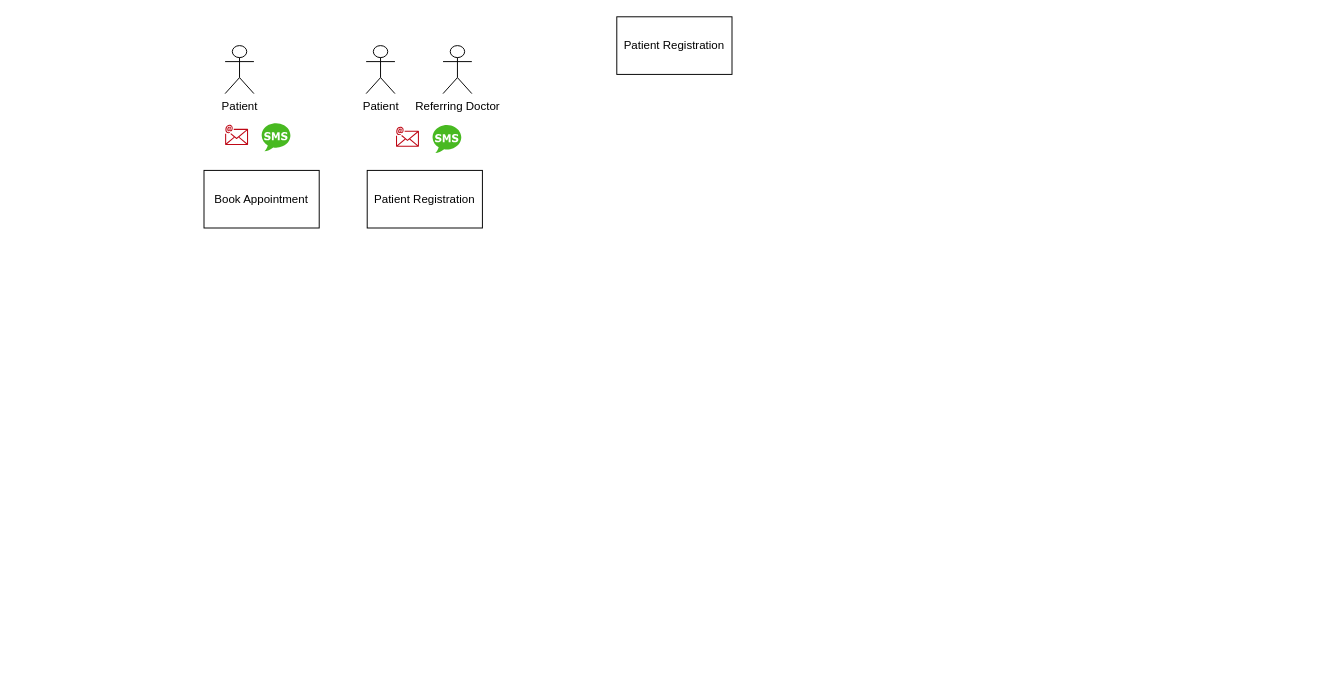
The draw.io diagram Untitled Diagram.drawio in saurabhsri74/ticketing, before the edit. Source tidied: cells renumbered, new cells numbered last; positions are measured from the earlier drawing's top-left corner, leaving out a move shared by most shapes. Both pictures are drawn from the tidied source at 96%, with x=0, y=0 at pixel (204, 16).
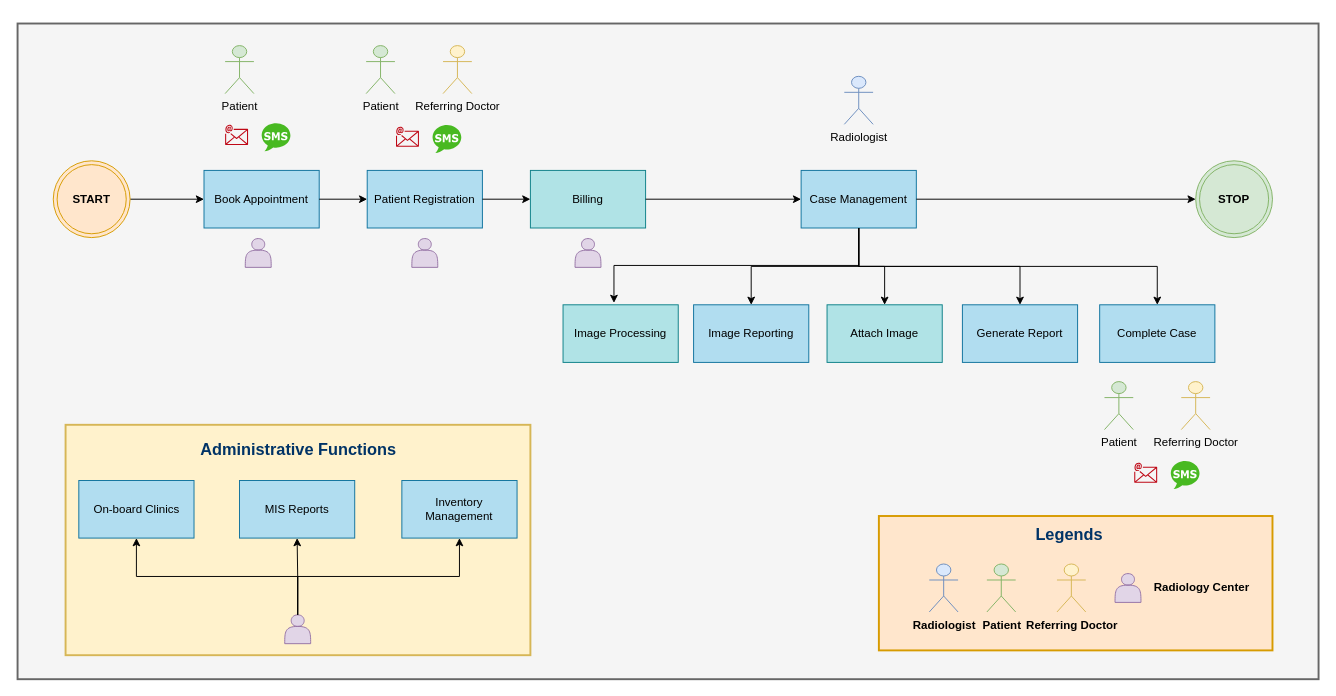
The same diagram, later.

Change to the diagram source:
```diff
@@
+    <mxCell id="12" style="rounded=0;whiteSpace=wrap;html=1;fillColor=#f5f5f5;strokeWidth=2;strokeColor=#666666;fontColor=#333333;" parent="1" vertex="1">
+      <mxGeometry x="-194.2" y="7" width="1355.2" height="683" as="geometry" />
+    </mxCell>
-    <mxCell id="2" value="Book Appointment" style="rounded=0;whiteSpace=wrap;html=1;" parent="1" vertex="1">
+    <mxCell id="2" value="Book Appointment" style="rounded=0;whiteSpace=wrap;html=1;fillColor=#b1ddf0;strokeColor=#10739e;" parent="1" vertex="1">
       <mxGeometry y="160" width="120" height="60" as="geometry" />
     </mxCell>
-    <mxCell id="3" value="Patient" style="shape=umlActor;verticalLabelPosition=bottom;verticalAlign=top;html=1;" parent="1" vertex="1">
-      <mxGeometry x="22" y="30" width="30" height="50" as="geometry" />
-    </mxCell>
-    <mxCell id="4" value="Patient Registration" style="rounded=0;whiteSpace=wrap;html=1;" parent="1" vertex="1">
-      <mxGeometry x="170" y="160" width="120" height="60" as="geometry" />
-    </mxCell>
-    <mxCell id="5" value="Patient Registration" style="rounded=0;whiteSpace=wrap;html=1;" parent="1" vertex="1">
-      <mxGeometry x="430" width="120" height="60" as="geometry" />
-    </mxCell>
-    <mxCell id="6" style="sketch=0;fontColor=#232F3E;gradientColor=none;fillColor=#BF0816;strokeColor=none;dashed=0;verticalLabelPosition=bottom;verticalAlign=top;align=center;html=1;fontSize=12;fontStyle=0;shape=mxgraph.aws4.email;" parent="1" vertex="1">
-      <mxGeometry x="22" y="108" width="23.9" height="30" as="geometry" />
-    </mxCell>
-    <mxCell id="7" style="dashed=0;html=1;align=center;labelPosition=center;verticalLabelPosition=bottom;verticalAlign=top;shape=mxgraph.weblogos.sms;fillColor=#48B921;strokeColor=none;" parent="1" vertex="1">
-      <mxGeometry x="60" y="110" width="30" height="30" as="geometry" />
-    </mxCell>
-    <mxCell id="8" value="Referring Doctor" style="shape=umlActor;verticalLabelPosition=bottom;verticalAlign=top;html=1;" parent="1" vertex="1">
-      <mxGeometry x="249" y="30" width="30" height="50" as="geometry" />
-    </mxCell>
-    <mxCell id="9" style="sketch=0;fontColor=#232F3E;gradientColor=none;fillColor=#BF0816;strokeColor=none;dashed=0;verticalLabelPosition=bottom;verticalAlign=top;align=center;html=1;fontSize=12;fontStyle=0;shape=mxgraph.aws4.email;" parent="1" vertex="1">
-      <mxGeometry x="200" y="110" width="23.9" height="30" as="geometry" />
-    </mxCell>
-    <mxCell id="10" style="dashed=0;html=1;align=center;labelPosition=center;verticalLabelPosition=bottom;verticalAlign=top;shape=mxgraph.weblogos.sms;fillColor=#48B921;strokeColor=none;" parent="1" vertex="1">
-      <mxGeometry x="238" y="112" width="30" height="30" as="geometry" />
-    </mxCell>
-    <mxCell id="11" value="Patient" style="shape=umlActor;verticalLabelPosition=bottom;verticalAlign=top;html=1;" parent="1" vertex="1">
-      <mxGeometry x="168.9" y="30" width="30" height="50" as="geometry" />
-    </mxCell>
+    <mxCell id="13" value="Patient" style="shape=umlActor;verticalLabelPosition=bottom;verticalAlign=top;html=1;fillColor=#d5e8d4;strokeColor=#82b366;" parent="1" vertex="1">
+      <mxGeometry x="22" y="30" width="30" height="50" as="geometry" />
+    </mxCell>
+    <mxCell id="14" value="Patient Registration" style="rounded=0;whiteSpace=wrap;html=1;fillColor=#b1ddf0;strokeColor=#10739e;" parent="1" vertex="1">
+      <mxGeometry x="170" y="160" width="120" height="60" as="geometry" />
+    </mxCell>
+    <mxCell id="15" value="Billing" style="rounded=0;whiteSpace=wrap;html=1;fillColor=#b0e3e6;strokeColor=#0e8088;" parent="1" vertex="1">
+      <mxGeometry x="340" y="160" width="120" height="60" as="geometry" />
+    </mxCell>
+    <mxCell id="16" style="sketch=0;fontColor=#232F3E;gradientColor=none;fillColor=#BF0816;strokeColor=none;dashed=0;verticalLabelPosition=bottom;verticalAlign=top;align=center;html=1;fontSize=12;fontStyle=0;shape=mxgraph.aws4.email;" parent="1" vertex="1">
+      <mxGeometry x="22" y="108" width="23.9" height="30" as="geometry" />
+    </mxCell>
+    <mxCell id="17" style="dashed=0;html=1;align=center;labelPosition=center;verticalLabelPosition=bottom;verticalAlign=top;shape=mxgraph.weblogos.sms;fillColor=#48B921;strokeColor=none;" parent="1" vertex="1">
+      <mxGeometry x="60" y="110" width="30" height="30" as="geometry" />
+    </mxCell>
+    <mxCell id="18" value="Referring Doctor" style="shape=umlActor;verticalLabelPosition=bottom;verticalAlign=top;html=1;fillColor=#fff2cc;strokeColor=#d6b656;" parent="1" vertex="1">
+      <mxGeometry x="249" y="30" width="30" height="50" as="geometry" />
+    </mxCell>
+    <mxCell id="19" style="sketch=0;fontColor=#232F3E;gradientColor=none;fillColor=#BF0816;strokeColor=none;dashed=0;verticalLabelPosition=bottom;verticalAlign=top;align=center;html=1;fontSize=12;fontStyle=0;shape=mxgraph.aws4.email;" parent="1" vertex="1">
+      <mxGeometry x="200" y="110" width="23.9" height="30" as="geometry" />
+    </mxCell>
+    <mxCell id="20" style="dashed=0;html=1;align=center;labelPosition=center;verticalLabelPosition=bottom;verticalAlign=top;shape=mxgraph.weblogos.sms;fillColor=#48B921;strokeColor=none;" parent="1" vertex="1">
+      <mxGeometry x="238" y="112" width="30" height="30" as="geometry" />
+    </mxCell>
+    <mxCell id="21" value="Patient" style="shape=umlActor;verticalLabelPosition=bottom;verticalAlign=top;html=1;fillColor=#d5e8d4;strokeColor=#82b366;" parent="1" vertex="1">
+      <mxGeometry x="168.9" y="30" width="30" height="50" as="geometry" />
+    </mxCell>
+    <mxCell id="22" value="Case Management" style="rounded=0;whiteSpace=wrap;html=1;fillColor=#b1ddf0;strokeColor=#10739e;" parent="1" vertex="1">
+      <mxGeometry x="622" y="160" width="120" height="60" as="geometry" />
+    </mxCell>
+    <mxCell id="23" value="Image Processing" style="rounded=0;whiteSpace=wrap;html=1;fillColor=#b0e3e6;strokeColor=#0e8088;" parent="1" vertex="1">
+      <mxGeometry x="374" y="300" width="120" height="60" as="geometry" />
+    </mxCell>
+    <mxCell id="24" style="edgeStyle=segmentEdgeStyle;endArrow=classic;html=1;rounded=0;exitX=1;exitY=0.5;exitDx=0;exitDy=0;entryX=0;entryY=0.5;entryDx=0;entryDy=0;" parent="1" edge="1" source="2" target="14">
+      <mxGeometry relative="1" as="geometry" />
+    </mxCell>
+    <mxCell id="25" style="edgeStyle=segmentEdgeStyle;endArrow=classic;html=1;rounded=0;exitX=1;exitY=0.5;exitDx=0;exitDy=0;entryX=0;entryY=0.5;entryDx=0;entryDy=0;" parent="1" edge="1" source="14" target="15">
+      <mxGeometry relative="1" as="geometry" />
+    </mxCell>
+    <mxCell id="26" style="edgeStyle=segmentEdgeStyle;endArrow=classic;html=1;rounded=0;exitX=1;exitY=0.5;exitDx=0;exitDy=0;entryX=0;entryY=0.5;entryDx=0;entryDy=0;" parent="1" edge="1" source="15" target="22">
+      <mxGeometry relative="1" as="geometry" />
+    </mxCell>
+    <mxCell id="27" value="Image Reporting" style="rounded=0;whiteSpace=wrap;html=1;fillColor=#b1ddf0;strokeColor=#10739e;" parent="1" vertex="1">
+      <mxGeometry x="510" y="300" width="120" height="60" as="geometry" />
+    </mxCell>
+    <mxCell id="28" value="Attach Image" style="rounded=0;whiteSpace=wrap;html=1;fillColor=#b0e3e6;strokeColor=#0e8088;" parent="1" vertex="1">
+      <mxGeometry x="649" y="300" width="120" height="60" as="geometry" />
+    </mxCell>
+    <mxCell id="29" style="edgeStyle=elbowEdgeStyle;elbow=vertical;endArrow=classic;html=1;rounded=0;entryX=0.5;entryY=0;entryDx=0;entryDy=0;exitX=0.5;exitY=1;exitDx=0;exitDy=0;" parent="1" edge="1" source="22" target="28">
+      <mxGeometry relative="1" as="geometry" />
+    </mxCell>
+    <mxCell id="30" style="edgeStyle=elbowEdgeStyle;elbow=vertical;endArrow=classic;html=1;rounded=0;entryX=0.442;entryY=-0.033;entryDx=0;entryDy=0;entryPerimeter=0;exitX=0.5;exitY=1;exitDx=0;exitDy=0;" parent="1" edge="1" source="22" target="23">
+      <mxGeometry relative="1" as="geometry" />
+    </mxCell>
+    <mxCell id="31" value="Generate Report" style="rounded=0;whiteSpace=wrap;html=1;fillColor=#b1ddf0;strokeColor=#10739e;" parent="1" vertex="1">
+      <mxGeometry x="790" y="300" width="120" height="60" as="geometry" />
+    </mxCell>
+    <mxCell id="32" style="edgeStyle=elbowEdgeStyle;elbow=vertical;endArrow=classic;html=1;rounded=0;entryX=0.5;entryY=0;entryDx=0;entryDy=0;exitX=0.5;exitY=1;exitDx=0;exitDy=0;" parent="1" edge="1" source="22" target="31">
+      <mxGeometry relative="1" as="geometry" />
+    </mxCell>
+    <mxCell id="33" style="edgeStyle=orthogonalEdgeStyle;rounded=0;jettySize=auto;html=1;exitX=1;exitY=0.5;exitDx=0;exitDy=0;" parent="1" edge="1" source="34" target="2">
+      <mxGeometry relative="1" as="geometry" />
+    </mxCell>
+    <mxCell id="34" value="&lt;b&gt;START&lt;/b&gt;" style="ellipse;shape=doubleEllipse;whiteSpace=wrap;html=1;fillColor=#ffe6cc;strokeColor=#d79b00;" parent="1" vertex="1">
+      <mxGeometry x="-157" y="150" width="80" height="80" as="geometry" />
+    </mxCell>
+    <mxCell id="35" value="&lt;b&gt;STOP&lt;/b&gt;" style="ellipse;shape=doubleEllipse;whiteSpace=wrap;html=1;fillColor=#d5e8d4;strokeColor=#82b366;" parent="1" vertex="1">
+      <mxGeometry x="1033" y="150" width="80" height="80" as="geometry" />
+    </mxCell>
+    <mxCell id="36" value="Complete Case" style="rounded=0;whiteSpace=wrap;html=1;fillColor=#b1ddf0;strokeColor=#10739e;" parent="1" vertex="1">
+      <mxGeometry x="933" y="300" width="120" height="60" as="geometry" />
+    </mxCell>
+    <mxCell id="37" value="Referring Doctor" style="shape=umlActor;verticalLabelPosition=bottom;verticalAlign=top;html=1;fillColor=#fff2cc;strokeColor=#d6b656;" parent="1" vertex="1">
+      <mxGeometry x="1018" y="380" width="30" height="50" as="geometry" />
+    </mxCell>
+    <mxCell id="38" style="sketch=0;fontColor=#232F3E;gradientColor=none;fillColor=#BF0816;strokeColor=none;dashed=0;verticalLabelPosition=bottom;verticalAlign=top;align=center;html=1;fontSize=12;fontStyle=0;shape=mxgraph.aws4.email;" parent="1" vertex="1">
+      <mxGeometry x="969" y="460" width="23.9" height="30" as="geometry" />
+    </mxCell>
+    <mxCell id="39" style="dashed=0;html=1;align=center;labelPosition=center;verticalLabelPosition=bottom;verticalAlign=top;shape=mxgraph.weblogos.sms;fillColor=#48B921;strokeColor=none;" parent="1" vertex="1">
+      <mxGeometry x="1007" y="462" width="30" height="30" as="geometry" />
+    </mxCell>
+    <mxCell id="40" value="Patient" style="shape=umlActor;verticalLabelPosition=bottom;verticalAlign=top;html=1;fillColor=#d5e8d4;strokeColor=#82b366;" parent="1" vertex="1">
+      <mxGeometry x="938" y="380" width="30" height="50" as="geometry" />
+    </mxCell>
+    <mxCell id="41" style="edgeStyle=segmentEdgeStyle;endArrow=classic;html=1;rounded=0;exitX=0.5;exitY=1;exitDx=0;exitDy=0;" parent="1" edge="1" source="22" target="36">
+      <mxGeometry relative="1" as="geometry">
+        <Array as="points">
+          <mxPoint x="682" y="260" />
+          <mxPoint x="993" y="260" />
+        </Array>
+      </mxGeometry>
+    </mxCell>
+    <mxCell id="42" style="edgeStyle=orthogonalEdgeStyle;rounded=0;jettySize=auto;html=1;exitX=1;exitY=0.5;exitDx=0;exitDy=0;entryX=0;entryY=0.5;entryDx=0;entryDy=0;" parent="1" edge="1" source="22" target="35">
+      <mxGeometry relative="1" as="geometry" />
+    </mxCell>
+    <mxCell id="43" style="edgeStyle=elbowEdgeStyle;elbow=vertical;endArrow=classic;html=1;rounded=0;entryX=0.5;entryY=0;entryDx=0;entryDy=0;exitX=0.5;exitY=1;exitDx=0;exitDy=0;" parent="1" edge="1" source="22" target="27">
+      <mxGeometry relative="1" as="geometry" />
+    </mxCell>
+    <mxCell id="44" value="Radiologist" style="shape=umlActor;verticalLabelPosition=bottom;verticalAlign=top;html=1;fillColor=#dae8fc;strokeColor=#6c8ebf;" parent="1" vertex="1">
+      <mxGeometry x="667" y="62" width="30" height="50" as="geometry" />
+    </mxCell>
+    <mxCell id="45" style="shape=actor;whiteSpace=wrap;html=1;fillColor=#e1d5e7;strokeColor=#9673a6;" parent="1" vertex="1">
+      <mxGeometry x="43" y="231" width="27" height="30" as="geometry" />
+    </mxCell>
+    <mxCell id="46" style="shape=actor;whiteSpace=wrap;html=1;fillColor=#e1d5e7;strokeColor=#9673a6;" parent="1" vertex="1">
+      <mxGeometry x="216.5" y="231" width="27" height="30" as="geometry" />
+    </mxCell>
+    <mxCell id="47" style="shape=actor;whiteSpace=wrap;html=1;fillColor=#e1d5e7;strokeColor=#9673a6;" parent="1" vertex="1">
+      <mxGeometry x="386.5" y="231" width="27" height="30" as="geometry" />
+    </mxCell>
+    <mxCell id="48" style="rounded=0;whiteSpace=wrap;html=1;fillColor=#ffe6cc;strokeWidth=2;strokeColor=#d79b00;" parent="1" vertex="1">
+      <mxGeometry x="703" y="520" width="410" height="140" as="geometry" />
+    </mxCell>
+    <mxCell id="49" value="Radiology Center" style="text;html=1;strokeColor=none;fillColor=none;align=center;verticalAlign=middle;whiteSpace=wrap;rounded=0;fontStyle=1;" parent="1" vertex="1">
+      <mxGeometry x="987.1" y="580" width="105" height="30" as="geometry" />
+    </mxCell>
+    <mxCell id="50" value="Legends" style="text;html=1;strokeColor=none;fillColor=none;align=center;verticalAlign=middle;whiteSpace=wrap;rounded=0;fontSize=17;fontStyle=1;fontColor=#003366;" parent="1" vertex="1">
+      <mxGeometry x="848.6" y="526" width="105" height="30" as="geometry" />
+    </mxCell>
+    <mxCell id="51" value="Patient" style="shape=umlActor;verticalLabelPosition=bottom;verticalAlign=top;html=1;fillColor=#d5e8d4;strokeColor=#82b366;fontStyle=1;" parent="1" vertex="1">
+      <mxGeometry x="815.5" y="570" width="30" height="50" as="geometry" />
+    </mxCell>
+    <mxCell id="52" value="Radiologist" style="shape=umlActor;verticalLabelPosition=bottom;verticalAlign=top;html=1;fillColor=#dae8fc;strokeColor=#6c8ebf;fontStyle=1;" parent="1" vertex="1">
+      <mxGeometry x="755.5" y="570" width="30" height="50" as="geometry" />
+    </mxCell>
+    <mxCell id="53" value="Referring Doctor" style="shape=umlActor;verticalLabelPosition=bottom;verticalAlign=top;html=1;fillColor=#fff2cc;strokeColor=#d6b656;fontStyle=1;" parent="1" vertex="1">
+      <mxGeometry x="888.5" y="570" width="30" height="50" as="geometry" />
+    </mxCell>
+    <mxCell id="54" style="shape=actor;whiteSpace=wrap;html=1;fillColor=#e1d5e7;strokeColor=#9673a6;" parent="1" vertex="1">
+      <mxGeometry x="949" y="580" width="27" height="30" as="geometry" />
+    </mxCell>
+    <mxCell id="55" style="rounded=0;whiteSpace=wrap;html=1;fillColor=#fff2cc;strokeWidth=2;strokeColor=#d6b656;" parent="1" vertex="1">
+      <mxGeometry x="-144.2" y="425" width="484.2" height="240" as="geometry" />
+    </mxCell>
+    <mxCell id="56" value="On-board Clinics" style="rounded=0;whiteSpace=wrap;html=1;fillColor=#b1ddf0;strokeColor=#10739e;" parent="1" vertex="1">
+      <mxGeometry x="-130.4" y="483" width="120" height="60" as="geometry" />
+    </mxCell>
+    <mxCell id="57" style="shape=actor;whiteSpace=wrap;html=1;fillColor=#e1d5e7;strokeColor=#9673a6;" parent="1" vertex="1">
+      <mxGeometry x="84.1" y="623" width="27" height="30" as="geometry" />
+    </mxCell>
+    <mxCell id="58" value="MIS Reports" style="rounded=0;whiteSpace=wrap;html=1;fillColor=#b1ddf0;strokeColor=#10739e;" parent="1" vertex="1">
+      <mxGeometry x="37" y="483" width="120" height="60" as="geometry" />
+    </mxCell>
+    <mxCell id="59" value="Inventory Management" style="rounded=0;whiteSpace=wrap;html=1;fillColor=#b1ddf0;strokeColor=#10739e;" parent="1" vertex="1">
+      <mxGeometry x="206.1" y="483" width="120" height="60" as="geometry" />
+    </mxCell>
+    <mxCell id="60" style="edgeStyle=elbowEdgeStyle;elbow=vertical;endArrow=classic;html=1;rounded=0;entryX=0.5;entryY=1;entryDx=0;entryDy=0;exitX=0.5;exitY=0;exitDx=0;exitDy=0;" parent="1" edge="1" source="57" target="56">
+      <mxGeometry relative="1" as="geometry" />
+    </mxCell>
+    <mxCell id="61" style="edgeStyle=elbowEdgeStyle;elbow=vertical;endArrow=classic;html=1;rounded=0;entryX=0.5;entryY=1;entryDx=0;entryDy=0;exitX=0.5;exitY=0;exitDx=0;exitDy=0;" parent="1" edge="1" source="57" target="58">
+      <mxGeometry relative="1" as="geometry" />
+    </mxCell>
+    <mxCell id="62" style="edgeStyle=elbowEdgeStyle;elbow=vertical;endArrow=classic;html=1;rounded=0;entryX=0.5;entryY=1;entryDx=0;entryDy=0;exitX=0.5;exitY=0;exitDx=0;exitDy=0;" parent="1" edge="1" source="57" target="59">
+      <mxGeometry relative="1" as="geometry" />
+    </mxCell>
+    <mxCell id="63" value="Administrative Functions" style="text;html=1;strokeColor=none;fillColor=none;align=center;verticalAlign=middle;whiteSpace=wrap;rounded=0;fontSize=17;fontStyle=1;fontColor=#003366;" parent="1" vertex="1">
+      <mxGeometry x="-10.4" y="437" width="216.5" height="30" as="geometry" />
+    </mxCell>
```
